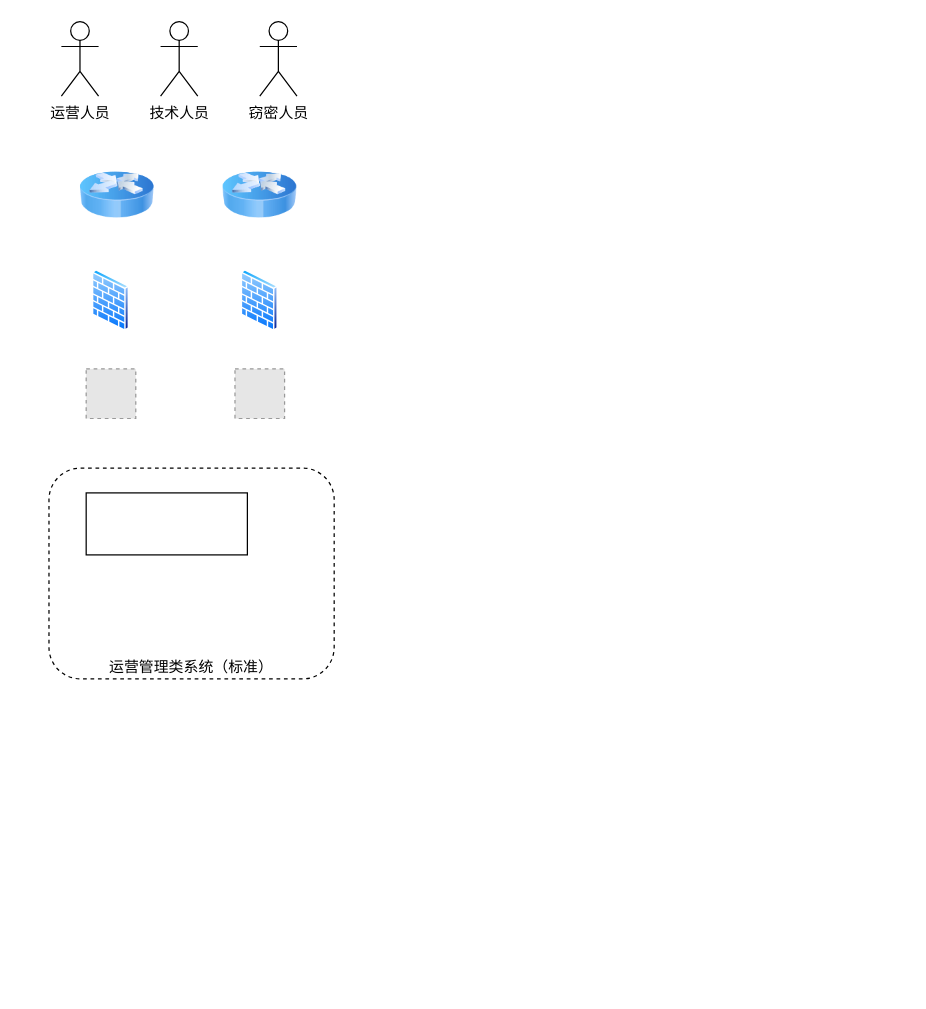
Before: 行为操作审计技术方案.drawio in liujianqun/draw, a draw.io diagram. Source tidied: cells renumbered, new cells numbered last; positions are measured from the earlier drawing's top-left corner, leaving out a move shared by most shapes. Both pictures are drawn from the tidied source at 124%, with x=0, y=0 at pixel (48, 21). Pictures stored in the file or linked from it are replaced by grey dashed boxes.
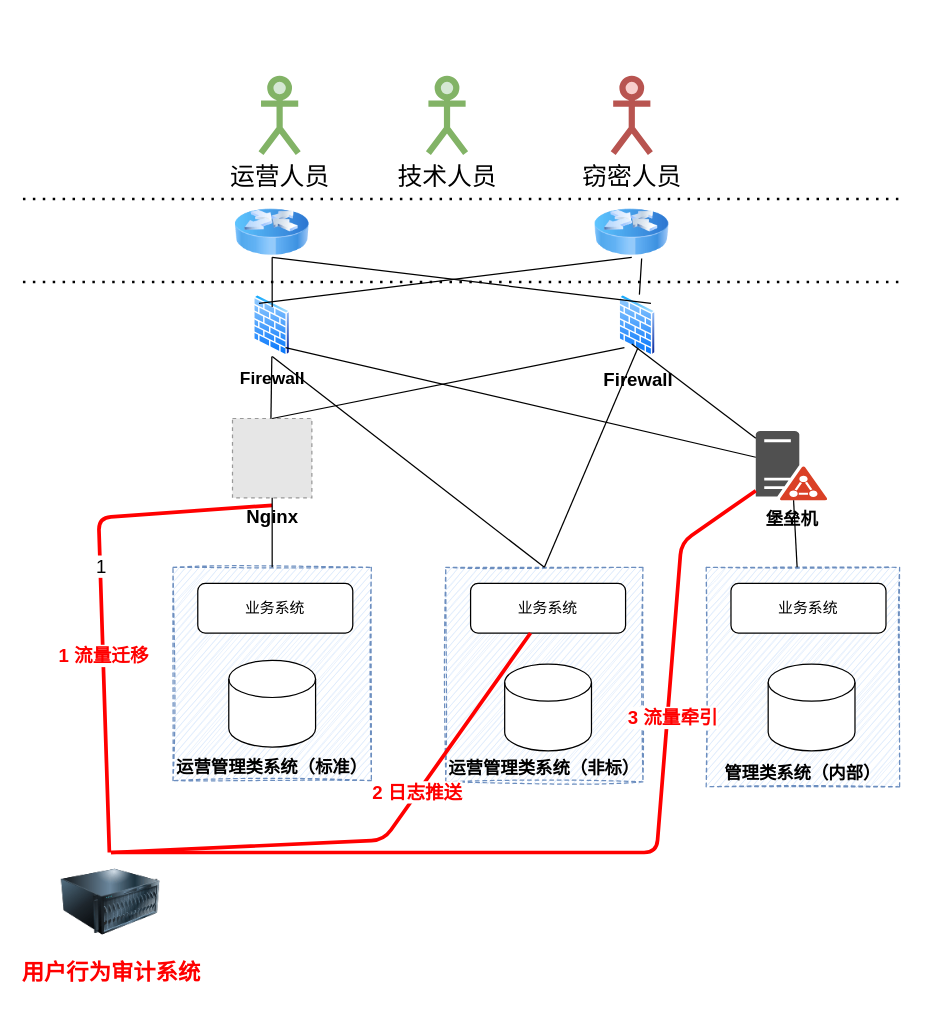
After the change.

Commit message (it also covers changes not shown here):
Update 行为操作审计技术方案.drawio

The edit, as a diff of the source:
```diff
@@
+    <mxCell id="13" value="运营管理类系统（标准）" style="rounded=0;whiteSpace=wrap;html=1;dashed=1;verticalAlign=bottom;fontSize=14;fillColor=#dae8fc;strokeColor=#6c8ebf;shadow=0;sketch=1;fontStyle=1;" parent="1" vertex="1">
+      <mxGeometry x="100" y="440" width="160" height="172" as="geometry" />
+    </mxCell>
-    <mxCell id="2" value="运营人员" style="shape=umlActor;verticalLabelPosition=bottom;verticalAlign=top;html=1;" parent="1" vertex="1">
-      <mxGeometry x="10" width="30" height="60" as="geometry" />
+    <mxCell id="2" value="运营人员" style="shape=umlActor;verticalLabelPosition=bottom;verticalAlign=top;html=1;fillColor=#d5e8d4;strokeColor=#82b366;strokeWidth=5;fontSize=20;" parent="1" vertex="1">
+      <mxGeometry x="171" y="46" width="30" height="60" as="geometry" />
     </mxCell>
-    <mxCell id="3" value="技术人员" style="shape=umlActor;verticalLabelPosition=bottom;verticalAlign=top;html=1;" parent="1" vertex="1">
-      <mxGeometry x="90" width="30" height="60" as="geometry" />
+    <mxCell id="3" value="技术人员" style="shape=umlActor;verticalLabelPosition=bottom;verticalAlign=top;html=1;fillColor=#d5e8d4;strokeColor=#82b366;strokeWidth=5;fontSize=20;" parent="1" vertex="1">
+      <mxGeometry x="306" y="46" width="30" height="60" as="geometry" />
     </mxCell>
-    <mxCell id="4" value="窃密人员" style="shape=umlActor;verticalLabelPosition=bottom;verticalAlign=top;html=1;" parent="1" vertex="1">
-      <mxGeometry x="170" width="30" height="60" as="geometry" />
+    <mxCell id="4" value="窃密人员" style="shape=umlActor;verticalLabelPosition=bottom;verticalAlign=top;html=1;fillColor=#f8cecc;strokeColor=#b85450;strokeWidth=5;fontSize=20;" parent="1" vertex="1">
+      <mxGeometry x="455" y="46" width="30" height="60" as="geometry" />
     </mxCell>
     <mxCell id="5" style="image;html=1;image=img/lib/clip_art/networking/Router_Icon_128x128.png;" parent="1" vertex="1">
-      <mxGeometry x="25" y="120" width="60" height="40" as="geometry" />
+      <mxGeometry x="150" y="150" width="60" height="40" as="geometry" />
     </mxCell>
     <mxCell id="6" style="image;html=1;image=img/lib/clip_art/networking/Router_Icon_128x128.png;" parent="1" vertex="1">
-      <mxGeometry x="140" y="120" width="60" height="40" as="geometry" />
+      <mxGeometry x="440" y="150" width="60" height="40" as="geometry" />
     </mxCell>
-    <mxCell id="7" style="fillColor=#E6E6E6;strokeColor=#999999;dashed=1;html=1;verticalAlign=top;verticalLabelPosition=bottom;labelBackgroundColor=#ffffff;" parent="1" vertex="1">
-      <mxGeometry x="30" y="280" width="40" height="40" as="geometry" />
+    <mxCell id="7" value="Nginx" style="fillColor=#E6E6E6;strokeColor=#999999;dashed=1;html=1;verticalAlign=top;verticalLabelPosition=bottom;labelBackgroundColor=#ffffff;fontSize=15;fontStyle=1;" parent="1" vertex="1">
+      <mxGeometry x="148" y="320" width="64" height="64" as="geometry" />
     </mxCell>
-    <mxCell id="8" style="fillColor=#E6E6E6;strokeColor=#999999;dashed=1;html=1;verticalAlign=top;verticalLabelPosition=bottom;labelBackgroundColor=#ffffff;" parent="1" vertex="1">
-      <mxGeometry x="150" y="280" width="40" height="40" as="geometry" />
-    </mxCell>
-    <mxCell id="9" style="perimeter=ellipsePerimeter;html=1;align=center;shadow=0;dashed=0;spacingTop=3;image;image=img/lib/active_directory/firewall.svg;" parent="1" vertex="1">
-      <mxGeometry x="34.8" y="200" width="30.5" height="50" as="geometry" />
+    <mxCell id="9" value="&lt;b&gt;&lt;font style=&quot;font-size: 14px&quot;&gt;Firewall&lt;/font&gt;&lt;/b&gt;" style="perimeter=ellipsePerimeter;html=1;align=center;shadow=0;dashed=0;spacingTop=3;image;image=img/lib/active_directory/firewall.svg;" parent="1" vertex="1">
+      <mxGeometry x="164.8" y="220" width="30.5" height="50" as="geometry" />
     </mxCell>
-    <mxCell id="10" style="perimeter=ellipsePerimeter;html=1;align=center;shadow=0;dashed=0;spacingTop=3;image;image=img/lib/active_directory/firewall.svg;" parent="1" vertex="1">
-      <mxGeometry x="154.8" y="200" width="30.5" height="50" as="geometry" />
+    <mxCell id="10" value="Firewall" style="perimeter=ellipsePerimeter;html=1;align=center;shadow=0;dashed=0;spacingTop=3;image;image=img/lib/active_directory/firewall.svg;fontSize=15;fontStyle=1;" parent="1" vertex="1">
+      <mxGeometry x="459.5" y="220" width="30.5" height="50" as="geometry" />
     </mxCell>
-    <mxCell id="11" value="运营管理类系统（标准）" style="rounded=1;whiteSpace=wrap;html=1;dashed=1;verticalAlign=bottom;" parent="1" vertex="1">
-      <mxGeometry y="360" width="230" height="170" as="geometry" />
+    <mxCell id="11" value="业务系统" style="rounded=1;whiteSpace=wrap;html=1;verticalAlign=middle;" parent="1" vertex="1">
+      <mxGeometry x="120" y="453" width="125" height="40" as="geometry" />
     </mxCell>
-    <mxCell id="12" style="rounded=0;whiteSpace=wrap;html=1;" parent="1" vertex="1">
-      <mxGeometry x="30" y="380" width="130" height="50" as="geometry" />
-    </mxCell>
+    <mxCell id="14" style="shape=cylinder3;whiteSpace=wrap;html=1;boundedLbl=1;backgroundOutline=1;size=15;" parent="1" vertex="1">
+      <mxGeometry x="145" y="515" width="70" height="70" as="geometry" />
+    </mxCell>
+    <mxCell id="15" style="endArrow=none;html=1;" parent="1" edge="1" target="5">
+      <mxGeometry relative="1" as="geometry">
+        <mxPoint x="180" y="230" as="sourcePoint" />
+      </mxGeometry>
+    </mxCell>
+    <mxCell id="16" style="endArrow=none;html=1;entryX=0.5;entryY=1;entryDx=0;entryDy=0;exitX=1;exitY=0;exitDx=0;exitDy=0;" parent="1" edge="1" source="10" target="5">
+      <mxGeometry relative="1" as="geometry" />
+    </mxCell>
+    <mxCell id="17" style="endArrow=none;html=1;entryX=0;entryY=0;entryDx=0;entryDy=0;exitX=0.5;exitY=1;exitDx=0;exitDy=0;" parent="1" edge="1" source="6" target="9">
+      <mxGeometry relative="1" as="geometry" />
+    </mxCell>
+    <mxCell id="18" style="endArrow=none;html=1;entryX=0.633;entryY=1.025;entryDx=0;entryDy=0;entryPerimeter=0;" parent="1" edge="1" source="10" target="6">
+      <mxGeometry relative="1" as="geometry" />
+    </mxCell>
+    <mxCell id="19" style="endArrow=none;html=1;" parent="1" edge="1" target="9">
+      <mxGeometry relative="1" as="geometry">
+        <mxPoint x="179" y="320" as="sourcePoint" />
+      </mxGeometry>
+    </mxCell>
+    <mxCell id="20" style="endArrow=none;html=1;entryX=0.5;entryY=0;entryDx=0;entryDy=0;exitX=0;exitY=1;exitDx=0;exitDy=0;" parent="1" edge="1" source="10" target="7">
+      <mxGeometry relative="1" as="geometry" />
+    </mxCell>
+    <mxCell id="21" value="用户行为审计系统" style="image;html=1;image=img/lib/clip_art/computers/Server_128x128.png;fontSize=18;fontStyle=1;fontColor=#FF0000;" parent="1" vertex="1">
+      <mxGeometry x="10" y="670" width="80" height="80" as="geometry" />
+    </mxCell>
+    <mxCell id="22" value="运营管理类系统（非标）" style="rounded=0;whiteSpace=wrap;html=1;dashed=1;verticalAlign=bottom;fontSize=14;fillColor=#dae8fc;strokeColor=#6c8ebf;sketch=1;fontStyle=1;" parent="1" vertex="1">
+      <mxGeometry x="320" y="440" width="159" height="173" as="geometry" />
+    </mxCell>
+    <mxCell id="23" value="业务系统" style="rounded=1;whiteSpace=wrap;html=1;verticalAlign=middle;" parent="1" vertex="1">
+      <mxGeometry x="340" y="453" width="125" height="40" as="geometry" />
+    </mxCell>
+    <mxCell id="24" style="shape=cylinder3;whiteSpace=wrap;html=1;boundedLbl=1;backgroundOutline=1;size=15;" parent="1" vertex="1">
+      <mxGeometry x="367.5" y="518" width="70" height="70" as="geometry" />
+    </mxCell>
+    <mxCell id="25" value="管理类系统（内部）" style="rounded=0;whiteSpace=wrap;html=1;dashed=1;verticalAlign=bottom;fontSize=14;fillColor=#dae8fc;strokeColor=#6c8ebf;sketch=1;fontStyle=1;" parent="1" vertex="1">
+      <mxGeometry x="530" y="440" width="156" height="177" as="geometry" />
+    </mxCell>
+    <mxCell id="26" value="业务系统" style="rounded=1;whiteSpace=wrap;html=1;verticalAlign=middle;" parent="1" vertex="1">
+      <mxGeometry x="550" y="453" width="125" height="40" as="geometry" />
+    </mxCell>
+    <mxCell id="27" style="shape=cylinder3;whiteSpace=wrap;html=1;boundedLbl=1;backgroundOutline=1;size=15;" parent="1" vertex="1">
+      <mxGeometry x="580" y="518" width="70" height="70" as="geometry" />
+    </mxCell>
+    <mxCell id="28" style="endArrow=none;html=1;fontSize=14;strokeWidth=3;fillColor=#dae8fc;strokeColor=#FF0000;" parent="1" edge="1" source="21">
+      <mxGeometry relative="1" as="geometry">
+        <mxPoint x="180" y="390" as="targetPoint" />
+        <Array as="points">
+          <mxPoint x="40" y="400" />
+        </Array>
+      </mxGeometry>
+    </mxCell>
+    <mxCell id="29" value="1 流量迁移" style="edgeLabel;html=1;align=center;verticalAlign=middle;fontSize=15;fontStyle=1;fontColor=#FF0000;" parent="28" vertex="1">
+      <mxGeometry x="-0.22" relative="1" as="geometry" />
+    </mxCell>
+    <mxCell id="30" value="1" style="edgeLabel;html=1;align=center;verticalAlign=middle;fontSize=15;" parent="28" vertex="1">
+      <mxGeometry x="0.13" relative="1" as="geometry" />
+    </mxCell>
+    <mxCell id="31" style="endArrow=none;html=1;fontSize=14;exitX=0.5;exitY=0;exitDx=0;exitDy=0;" parent="1" edge="1" source="13" target="7">
+      <mxGeometry relative="1" as="geometry" />
+    </mxCell>
+    <mxCell id="32" style="endArrow=none;html=1;fontSize=14;entryX=0.5;entryY=1;entryDx=0;entryDy=0;exitX=0.5;exitY=0;exitDx=0;exitDy=0;" parent="1" edge="1" source="22" target="9">
+      <mxGeometry relative="1" as="geometry" />
+    </mxCell>
+    <mxCell id="33" style="endArrow=none;html=1;fontSize=14;exitX=0.5;exitY=0;exitDx=0;exitDy=0;" parent="1" edge="1" source="22">
+      <mxGeometry relative="1" as="geometry">
+        <mxPoint x="475" y="263" as="targetPoint" />
+      </mxGeometry>
+    </mxCell>
+    <mxCell id="34" value="堡垒机" style="shadow=0;dashed=0;html=1;strokeColor=none;fillColor=#505050;labelPosition=center;verticalLabelPosition=bottom;verticalAlign=top;outlineConnect=0;align=center;shape=mxgraph.office.servers.active_directory_federation_services_server_orange;fontSize=14;fontStyle=1;" parent="1" vertex="1">
+      <mxGeometry x="570" y="330" width="58" height="56" as="geometry" />
+    </mxCell>
+    <mxCell id="35" style="endArrow=none;html=1;fontSize=14;" parent="1" edge="1" source="34">
+      <mxGeometry relative="1" as="geometry">
+        <mxPoint x="470" y="260" as="targetPoint" />
+      </mxGeometry>
+    </mxCell>
+    <mxCell id="36" style="endArrow=none;html=1;fontSize=14;entryX=1;entryY=1;entryDx=0;entryDy=0;" parent="1" edge="1" source="34" target="9">
+      <mxGeometry relative="1" as="geometry" />
+    </mxCell>
+    <mxCell id="37" style="endArrow=none;html=1;fontSize=14;" parent="1" edge="1" source="25" target="34">
+      <mxGeometry relative="1" as="geometry" />
+    </mxCell>
+    <mxCell id="38" style="endArrow=none;html=1;fontSize=14;strokeWidth=3;exitX=0.5;exitY=0;exitDx=0;exitDy=0;fillColor=#f8cecc;strokeColor=#FF0000;" parent="1" edge="1" source="21" target="23">
+      <mxGeometry relative="1" as="geometry">
+        <Array as="points">
+          <mxPoint x="270" y="660" />
+        </Array>
+      </mxGeometry>
+    </mxCell>
+    <mxCell id="39" value="2 日志推送" style="edgeLabel;html=1;align=center;verticalAlign=middle;fontSize=15;fontStyle=1;fontColor=#FF0000;" parent="38" vertex="1">
+      <mxGeometry x="0.26" y="1" relative="1" as="geometry" />
+    </mxCell>
+    <mxCell id="40" style="endArrow=none;html=1;fontSize=14;strokeWidth=3;strokeColor=#FF0000;" parent="1" edge="1" target="34">
+      <mxGeometry relative="1" as="geometry">
+        <mxPoint x="50" y="670" as="sourcePoint" />
+        <Array as="points">
+          <mxPoint x="490" y="670" />
+          <mxPoint x="510" y="420" />
+        </Array>
+      </mxGeometry>
+    </mxCell>
+    <mxCell id="41" value="3 流量牵引" style="edgeLabel;html=1;align=center;verticalAlign=middle;fontSize=15;fontColor=#FF0000;fontStyle=1;" parent="40" vertex="1">
+      <mxGeometry x="0.44" y="-4" relative="1" as="geometry" />
+    </mxCell>
+    <mxCell id="42" style="endArrow=none;dashed=1;html=1;dashPattern=1 3;strokeWidth=2;fontSize=14;" parent="1" edge="1">
+      <mxGeometry relative="1" as="geometry">
+        <mxPoint x="-21" y="143" as="sourcePoint" />
+        <mxPoint x="689" y="143" as="targetPoint" />
+      </mxGeometry>
+    </mxCell>
+    <mxCell id="43" style="endArrow=none;dashed=1;html=1;dashPattern=1 3;strokeWidth=2;fontSize=14;" parent="1" edge="1">
+      <mxGeometry relative="1" as="geometry">
+        <mxPoint x="-21" y="210" as="sourcePoint" />
+        <mxPoint x="689" y="210" as="targetPoint" />
+      </mxGeometry>
+    </mxCell>
```
